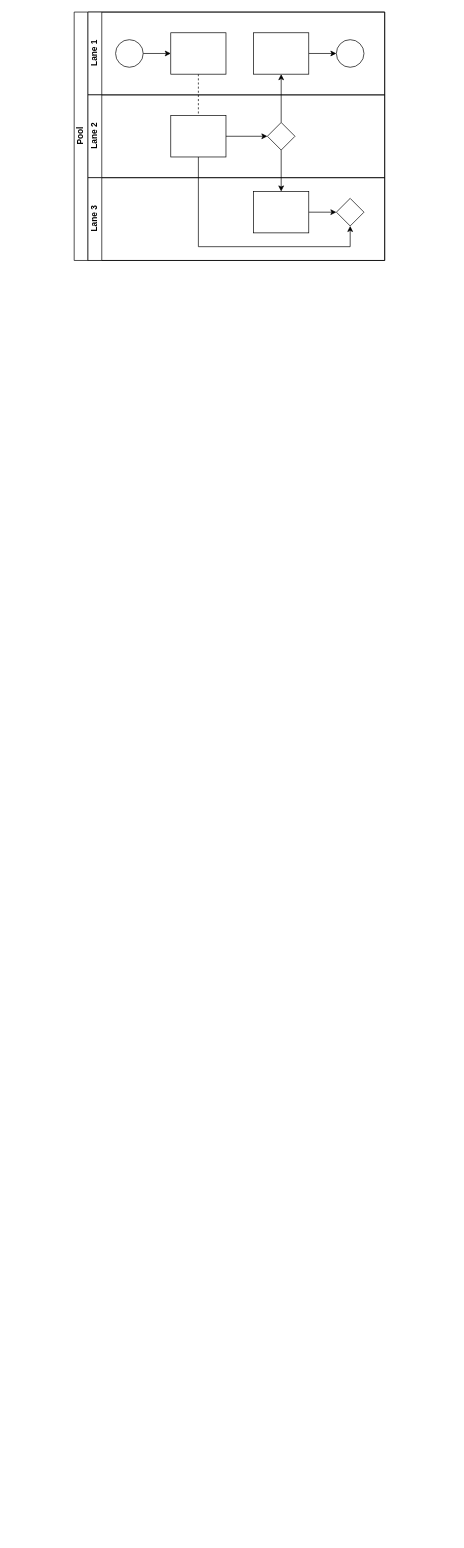
Szirmill/szirmill.github.io keeps this draw.io diagram as Névtelen diagram.drawio. Above is the earlier version. Source tidied: cells renumbered, new cells numbered last; positions are measured from the earlier drawing's top-left corner, leaving out a move shared by most shapes. Both pictures are drawn from the tidied source at 69%, with x=0, y=0 at pixel (74, 12).
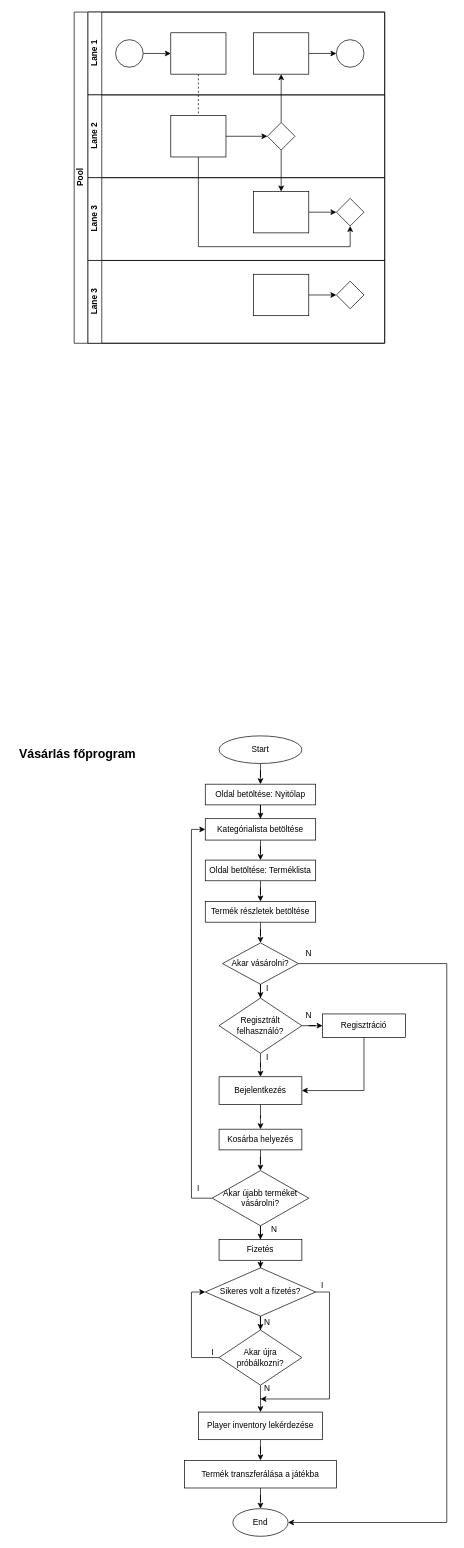
The same diagram, later.

Commit message:
Atomic folyamatabrak

What changed in the source:
```diff
@@
     <mxCell id="2" value="Pool" style="swimlane;html=1;horizontal=0;startSize=20;" parent="1" vertex="1">
-      <mxGeometry width="450" height="360" as="geometry" />
+      <mxGeometry width="450" height="480" as="geometry" />
     </mxCell>
@@
+    <mxCell id="22" value="Lane 3" style="swimlane;html=1;startSize=20;horizontal=0;" parent="2" vertex="1">
+      <mxGeometry x="20" y="360" width="430" height="120" as="geometry" />
+    </mxCell>
+    <mxCell id="23" style="edgeStyle=orthogonalEdgeStyle;rounded=0;jettySize=auto;html=1;endArrow=classic;endFill=1;" parent="22" edge="1" source="24" target="25">
+      <mxGeometry relative="1" as="geometry" />
+    </mxCell>
+    <mxCell id="24" style="rounded=0;whiteSpace=wrap;html=1;fontFamily=Helvetica;fontSize=12;fontColor=#000000;align=center;" parent="22" vertex="1">
+      <mxGeometry x="240" y="20" width="80" height="60" as="geometry" />
+    </mxCell>
+    <mxCell id="25" style="rhombus;whiteSpace=wrap;html=1;fontFamily=Helvetica;fontSize=12;fontColor=#000000;align=center;" parent="22" vertex="1">
+      <mxGeometry x="360" y="30" width="40" height="40" as="geometry" />
+    </mxCell>
+    <mxCell id="26" style="edgeStyle=orthogonalEdgeStyle;rounded=0;jettySize=auto;html=1;" parent="1" edge="1" source="27" target="29">
+      <mxGeometry relative="1" as="geometry" />
+    </mxCell>
+    <mxCell id="27" value="Start" style="ellipse;whiteSpace=wrap;html=1;" parent="1" vertex="1">
+      <mxGeometry x="210" y="1049" width="120" height="40" as="geometry" />
+    </mxCell>
+    <mxCell id="28" style="edgeStyle=orthogonalEdgeStyle;rounded=0;jettySize=auto;html=1;" parent="1" edge="1" source="29" target="31">
+      <mxGeometry relative="1" as="geometry" />
+    </mxCell>
+    <mxCell id="29" value="Oldal betöltése: Nyitólap" style="whiteSpace=wrap;html=1;" parent="1" vertex="1">
+      <mxGeometry x="190" y="1119" width="160" height="30" as="geometry" />
+    </mxCell>
+    <mxCell id="30" style="edgeStyle=orthogonalEdgeStyle;rounded=0;jettySize=auto;html=1;" parent="1" edge="1" source="31" target="33">
+      <mxGeometry relative="1" as="geometry" />
+    </mxCell>
+    <mxCell id="31" value="Kategórialista betöltése" style="whiteSpace=wrap;html=1;" parent="1" vertex="1">
+      <mxGeometry x="190" y="1169" width="160" height="31" as="geometry" />
+    </mxCell>
+    <mxCell id="32" style="edgeStyle=orthogonalEdgeStyle;rounded=0;jettySize=auto;html=1;" parent="1" edge="1" source="33" target="35">
+      <mxGeometry relative="1" as="geometry" />
+    </mxCell>
+    <mxCell id="33" value="Oldal betöltése: Terméklista" style="whiteSpace=wrap;html=1;" parent="1" vertex="1">
+      <mxGeometry x="190" y="1229" width="160" height="30" as="geometry" />
+    </mxCell>
+    <mxCell id="34" style="edgeStyle=orthogonalEdgeStyle;rounded=0;jettySize=auto;html=1;" parent="1" edge="1" source="35" target="39">
+      <mxGeometry relative="1" as="geometry" />
+    </mxCell>
+    <mxCell id="35" value="Termék részletek betöltése" style="whiteSpace=wrap;html=1;" parent="1" vertex="1">
+      <mxGeometry x="190" y="1289" width="160" height="30" as="geometry" />
+    </mxCell>
+    <mxCell id="36" value="&lt;font style=&quot;font-size: 18px;&quot;&gt;&lt;b&gt;Vásárlás főprogram&lt;/b&gt;&lt;/font&gt;" style="text;html=1;whiteSpace=wrap;strokeColor=none;fillColor=none;align=center;verticalAlign=middle;rounded=0;" parent="1" vertex="1">
+      <mxGeometry x="-90" y="1060" width="190" height="30" as="geometry" />
+    </mxCell>
+    <mxCell id="37" style="edgeStyle=orthogonalEdgeStyle;rounded=0;jettySize=auto;html=1;" parent="1" edge="1" source="39" target="42">
+      <mxGeometry relative="1" as="geometry" />
+    </mxCell>
+    <mxCell id="38" style="edgeStyle=orthogonalEdgeStyle;rounded=0;jettySize=auto;html=1;exitX=1;exitY=0.5;exitDx=0;exitDy=0;entryX=1;entryY=0.5;entryDx=0;entryDy=0;" parent="1" edge="1" source="39" target="64">
+      <mxGeometry relative="1" as="geometry">
+        <Array as="points">
+          <mxPoint x="540" y="1379" />
+          <mxPoint x="540" y="2189" />
+        </Array>
+      </mxGeometry>
+    </mxCell>
+    <mxCell id="39" value="Akar vásárolni?" style="rhombus;whiteSpace=wrap;html=1;" parent="1" vertex="1">
+      <mxGeometry x="215" y="1349" width="110" height="60" as="geometry" />
+    </mxCell>
+    <mxCell id="40" style="edgeStyle=orthogonalEdgeStyle;rounded=0;jettySize=auto;html=1;" parent="1" edge="1" source="42" target="44">
+      <mxGeometry relative="1" as="geometry" />
+    </mxCell>
+    <mxCell id="41" style="edgeStyle=orthogonalEdgeStyle;rounded=0;jettySize=auto;html=1;" parent="1" edge="1" source="42" target="46">
+      <mxGeometry relative="1" as="geometry" />
+    </mxCell>
+    <mxCell id="42" value="Regisztrált felhasználó?" style="rhombus;whiteSpace=wrap;html=1;" parent="1" vertex="1">
+      <mxGeometry x="210" y="1429" width="120" height="80" as="geometry" />
+    </mxCell>
+    <mxCell id="43" style="edgeStyle=orthogonalEdgeStyle;rounded=0;jettySize=auto;html=1;exitX=0.5;exitY=1;exitDx=0;exitDy=0;entryX=1;entryY=0.5;entryDx=0;entryDy=0;" parent="1" edge="1" source="44" target="46">
+      <mxGeometry relative="1" as="geometry" />
+    </mxCell>
+    <mxCell id="44" value="Regisztráció" style="whiteSpace=wrap;html=1;" parent="1" vertex="1">
+      <mxGeometry x="360" y="1452" width="120" height="34" as="geometry" />
+    </mxCell>
+    <mxCell id="45" style="edgeStyle=orthogonalEdgeStyle;rounded=0;jettySize=auto;html=1;" parent="1" edge="1" source="46" target="48">
+      <mxGeometry relative="1" as="geometry" />
+    </mxCell>
+    <mxCell id="46" value="Bejelentkezés" style="whiteSpace=wrap;html=1;" parent="1" vertex="1">
+      <mxGeometry x="210" y="1543" width="120" height="40" as="geometry" />
+    </mxCell>
+    <mxCell id="47" style="edgeStyle=orthogonalEdgeStyle;rounded=0;jettySize=auto;html=1;" parent="1" edge="1" source="48" target="51">
+      <mxGeometry relative="1" as="geometry" />
+    </mxCell>
+    <mxCell id="48" value="Kosárba helyezés" style="whiteSpace=wrap;html=1;" parent="1" vertex="1">
+      <mxGeometry x="210" y="1619" width="120" height="30" as="geometry" />
+    </mxCell>
+    <mxCell id="49" style="edgeStyle=orthogonalEdgeStyle;rounded=0;jettySize=auto;html=1;exitX=0;exitY=0.5;exitDx=0;exitDy=0;entryX=0;entryY=0.5;entryDx=0;entryDy=0;" parent="1" edge="1" source="51" target="31">
+      <mxGeometry relative="1" as="geometry" />
+    </mxCell>
+    <mxCell id="50" style="edgeStyle=orthogonalEdgeStyle;rounded=0;jettySize=auto;html=1;" parent="1" edge="1" source="51" target="53">
+      <mxGeometry relative="1" as="geometry" />
+    </mxCell>
+    <mxCell id="51" value="Akar újabb terméket vásárolni?" style="rhombus;whiteSpace=wrap;html=1;" parent="1" vertex="1">
+      <mxGeometry x="200" y="1679" width="140" height="80" as="geometry" />
+    </mxCell>
+    <mxCell id="52" style="edgeStyle=orthogonalEdgeStyle;rounded=0;jettySize=auto;html=1;" parent="1" edge="1" source="53" target="56">
+      <mxGeometry relative="1" as="geometry" />
+    </mxCell>
+    <mxCell id="53" value="Fizetés" style="whiteSpace=wrap;html=1;" parent="1" vertex="1">
+      <mxGeometry x="210" y="1779" width="120" height="30" as="geometry" />
+    </mxCell>
+    <mxCell id="54" style="edgeStyle=orthogonalEdgeStyle;rounded=0;jettySize=auto;html=1;" parent="1" edge="1" source="56" target="59">
+      <mxGeometry relative="1" as="geometry" />
+    </mxCell>
+    <mxCell id="55" style="edgeStyle=orthogonalEdgeStyle;rounded=0;jettySize=auto;html=1;exitX=1;exitY=0.5;exitDx=0;exitDy=0;" parent="1" edge="1" source="56">
+      <mxGeometry relative="1" as="geometry">
+        <mxPoint x="270" y="2010" as="targetPoint" />
+        <Array as="points">
+          <mxPoint x="370" y="1855" />
+          <mxPoint x="370" y="2010" />
+          <mxPoint x="273" y="2010" />
+        </Array>
+      </mxGeometry>
+    </mxCell>
+    <mxCell id="56" value="Sikeres volt a fizetés?" style="rhombus;whiteSpace=wrap;html=1;" parent="1" vertex="1">
+      <mxGeometry x="190" y="1820" width="160" height="70" as="geometry" />
+    </mxCell>
+    <mxCell id="57" style="edgeStyle=orthogonalEdgeStyle;rounded=0;jettySize=auto;html=1;exitX=0;exitY=0.5;exitDx=0;exitDy=0;entryX=0;entryY=0.5;entryDx=0;entryDy=0;" parent="1" edge="1" source="59" target="56">
+      <mxGeometry relative="1" as="geometry" />
+    </mxCell>
+    <mxCell id="58" style="edgeStyle=orthogonalEdgeStyle;rounded=0;jettySize=auto;html=1;" parent="1" edge="1" source="59" target="61">
+      <mxGeometry relative="1" as="geometry" />
+    </mxCell>
+    <mxCell id="59" value="Akar újra próbálkozni?" style="rhombus;whiteSpace=wrap;html=1;" parent="1" vertex="1">
+      <mxGeometry x="210" y="1910" width="120" height="80" as="geometry" />
+    </mxCell>
+    <mxCell id="60" style="edgeStyle=orthogonalEdgeStyle;rounded=0;jettySize=auto;html=1;" parent="1" edge="1" source="61" target="63">
+      <mxGeometry relative="1" as="geometry" />
+    </mxCell>
+    <mxCell id="61" value="Player inventory lekérdezése" style="whiteSpace=wrap;html=1;" parent="1" vertex="1">
+      <mxGeometry x="180" y="2029" width="180" height="40" as="geometry" />
+    </mxCell>
+    <mxCell id="62" style="edgeStyle=orthogonalEdgeStyle;rounded=0;jettySize=auto;html=1;" parent="1" edge="1" source="63" target="64">
+      <mxGeometry relative="1" as="geometry" />
+    </mxCell>
+    <mxCell id="63" value="Termék transzferálása a játékba" style="whiteSpace=wrap;html=1;" parent="1" vertex="1">
+      <mxGeometry x="160" y="2099" width="220" height="40" as="geometry" />
+    </mxCell>
+    <mxCell id="64" value="End" style="ellipse;whiteSpace=wrap;html=1;" parent="1" vertex="1">
+      <mxGeometry x="230" y="2169" width="80" height="40" as="geometry" />
+    </mxCell>
+    <mxCell id="65" value="I" style="text;html=1;whiteSpace=wrap;strokeColor=none;fillColor=none;align=center;verticalAlign=middle;rounded=0;" parent="1" vertex="1">
+      <mxGeometry x="171" y="1928" width="60" height="30" as="geometry" />
+    </mxCell>
+    <mxCell id="66" value="N" style="text;html=1;whiteSpace=wrap;strokeColor=none;fillColor=none;align=center;verticalAlign=middle;rounded=0;" parent="1" vertex="1">
+      <mxGeometry x="310" y="1350" width="60" height="30" as="geometry" />
+    </mxCell>
+    <mxCell id="67" value="I" style="text;html=1;whiteSpace=wrap;strokeColor=none;fillColor=none;align=center;verticalAlign=middle;rounded=0;" parent="1" vertex="1">
+      <mxGeometry x="250" y="1400" width="60" height="30" as="geometry" />
+    </mxCell>
+    <mxCell id="68" value="N" style="text;html=1;whiteSpace=wrap;strokeColor=none;fillColor=none;align=center;verticalAlign=middle;rounded=0;" parent="1" vertex="1">
+      <mxGeometry x="310" y="1440" width="60" height="30" as="geometry" />
+    </mxCell>
+    <mxCell id="69" value="I" style="text;html=1;whiteSpace=wrap;strokeColor=none;fillColor=none;align=center;verticalAlign=middle;rounded=0;" parent="1" vertex="1">
+      <mxGeometry x="250" y="1500" width="60" height="30" as="geometry" />
+    </mxCell>
+    <mxCell id="70" value="I" style="text;html=1;whiteSpace=wrap;strokeColor=none;fillColor=none;align=center;verticalAlign=middle;rounded=0;" parent="1" vertex="1">
+      <mxGeometry x="150" y="1690" width="60" height="30" as="geometry" />
+    </mxCell>
+    <mxCell id="71" value="N" style="text;html=1;whiteSpace=wrap;strokeColor=none;fillColor=none;align=center;verticalAlign=middle;rounded=0;" parent="1" vertex="1">
+      <mxGeometry x="260" y="1750" width="60" height="30" as="geometry" />
+    </mxCell>
+    <mxCell id="72" value="I" style="text;html=1;whiteSpace=wrap;strokeColor=none;fillColor=none;align=center;verticalAlign=middle;rounded=0;" parent="1" vertex="1">
+      <mxGeometry x="330" y="1830" width="60" height="30" as="geometry" />
+    </mxCell>
+    <mxCell id="73" value="N" style="text;html=1;whiteSpace=wrap;strokeColor=none;fillColor=none;align=center;verticalAlign=middle;rounded=0;" parent="1" vertex="1">
+      <mxGeometry x="250" y="1885" width="60" height="30" as="geometry" />
+    </mxCell>
+    <mxCell id="74" value="N" style="text;html=1;whiteSpace=wrap;strokeColor=none;fillColor=none;align=center;verticalAlign=middle;rounded=0;" parent="1" vertex="1">
+      <mxGeometry x="250" y="1980" width="60" height="30" as="geometry" />
+    </mxCell>
```
